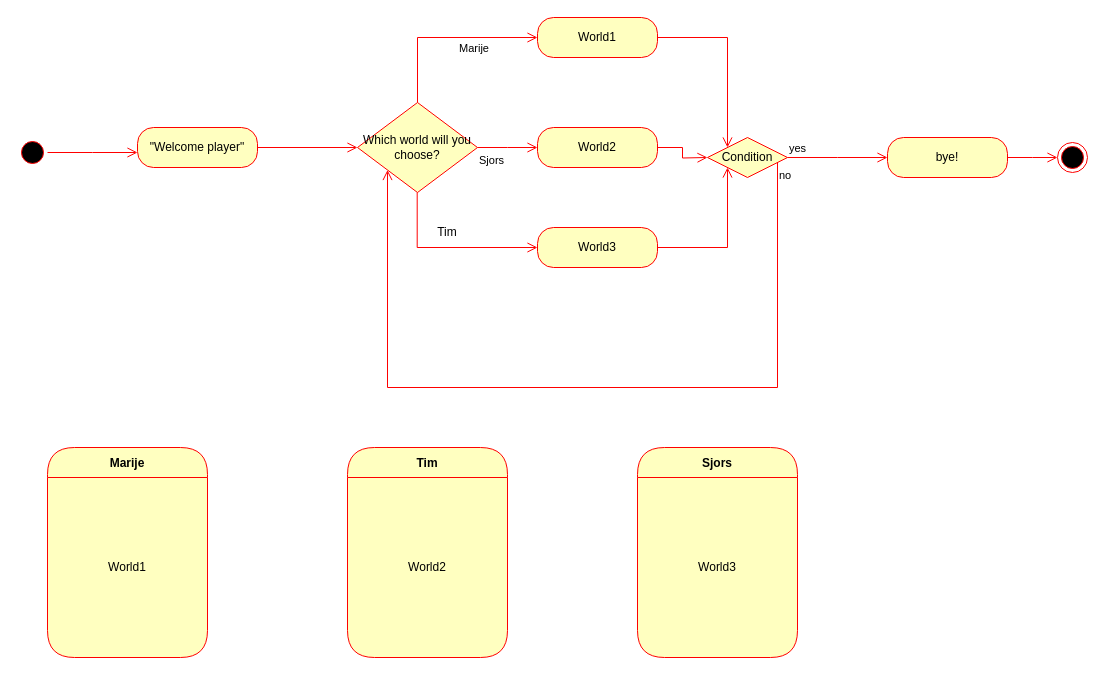
The draw.io diagram Activity diagram project1 .drawio in sjorswilkes/sjorswilkes.github.io, before the edit. Source tidied: cells renumbered, new cells numbered last; positions are measured from the earlier drawing's top-left corner, leaving out a move shared by most shapes. Both pictures are drawn from the tidied source at 100%, with x=0, y=0 at pixel (17, 17).
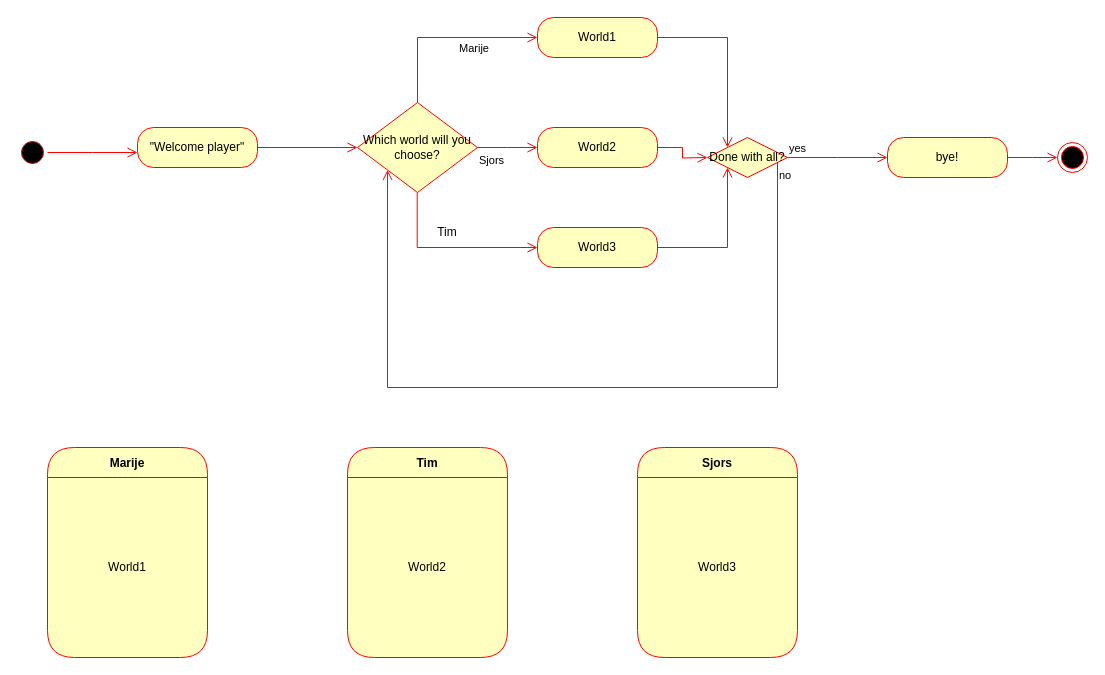
Above is the later version.

What changed in the source:
```diff
@@
-    <mxCell id="17" value="Condition" style="rhombus;whiteSpace=wrap;html=1;fontColor=#000000;fillColor=#ffffc0;strokeColor=#ff0000;" parent="1" vertex="1">
+    <mxCell id="17" value="Done with all?" style="rhombus;whiteSpace=wrap;html=1;fontColor=#000000;fillColor=#ffffc0;strokeColor=#ff0000;" parent="1" vertex="1">
       <mxGeometry x="690" y="120" width="80" height="40" as="geometry" />
     </mxCell>
```
